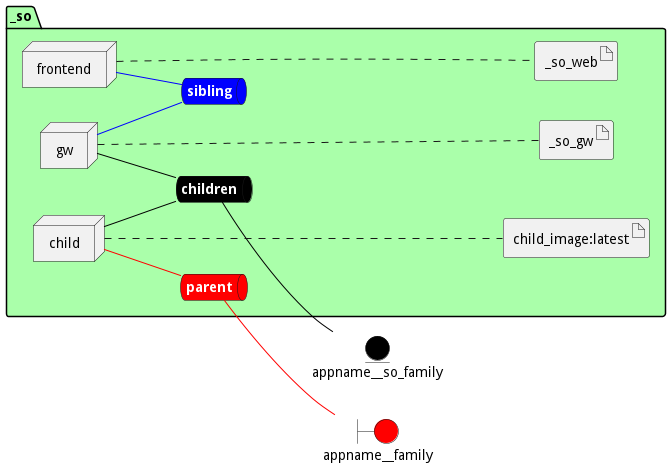
Earlier version of the PlantUML export docs/sabr/sml/so/envs/prod/deployment.png (madajaju/sabr). Its diagram source:
```plantuml
@startuml

left to right direction


boundary appname__family #red


entity appname__so_family #black




package "_so" #aaffaa {
    queue childrennet #black [
            <b><color:white>children</color></b>
    ]

    childrennet -[#black]- appname__so_family

    queue siblingnet #blue [
            <b><color:white>sibling</color></b>
    ]

    queue parentnet #red [
            <b><color:white>parent</color></b>
    ]

    parentnet -[#red]- appname__family


node "child" as childService
node "frontend" as frontendService
node "gw" as gwService


        artifact "child_image:latest" as child_imagelatestimage

        artifact "_so_web" as _so_webimage

        artifact "_so_gw" as _so_gwimage

}

childService -[#black]- childrennet

childService -[#red]- parentnet

frontendService -[#blue]- siblingnet

gwService -[#black]- childrennet

gwService -[#blue]- siblingnet
childService .... child_imagelatestimage
frontendService .... _so_webimage
gwService .... _so_gwimage


@enduml
```
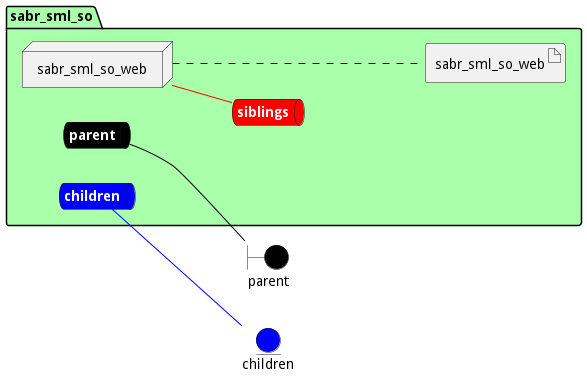
Above is the later version.

Diff of the diagram source:
```diff
@@ -3,57 +3,41 @@
 left to right direction
 
 
-boundary appname__family #red
+boundary parent #black
 
 
-entity appname__so_family #black
+entity children #blue
 
 
 
 
-package "_so" #aaffaa {
-    queue childrennet #black [
+package "sabr_sml_so" #aaffaa {
+    queue parentnet #black [
+            <b><color:white>parent</color></b>
+    ]
+
+    parentnet -[#black]- parent
+
+    queue childrennet #blue [
             <b><color:white>children</color></b>
     ]
 
-    childrennet -[#black]- appname__so_family
+    childrennet -[#blue]- children
 
-    queue siblingnet #blue [
-            <b><color:white>sibling</color></b>
+    queue siblingsnet #red [
+            <b><color:white>siblings</color></b>
     ]
 
-    queue parentnet #red [
-            <b><color:white>parent</color></b>
-    ]
 
-    parentnet -[#red]- appname__family
+node "sabr_sml_so_web" as sabr_sml_so_webService
 
 
-node "child" as childService
-node "frontend" as frontendService
-node "gw" as gwService
-
-
-        artifact "child_image:latest" as child_imagelatestimage
-
-        artifact "_so_web" as _so_webimage
-
-        artifact "_so_gw" as _so_gwimage
+        artifact "sabr_sml_so_web" as sabr_sml_so_webimage
 
 }
 
-childService -[#black]- childrennet
-
-childService -[#red]- parentnet
-
-frontendService -[#blue]- siblingnet
-
-gwService -[#black]- childrennet
-
-gwService -[#blue]- siblingnet
-childService .... child_imagelatestimage
-frontendService .... _so_webimage
-gwService .... _so_gwimage
+sabr_sml_so_webService -[#red]- siblingsnet
+sabr_sml_so_webService .... sabr_sml_so_webimage
 
 
 @enduml
```
